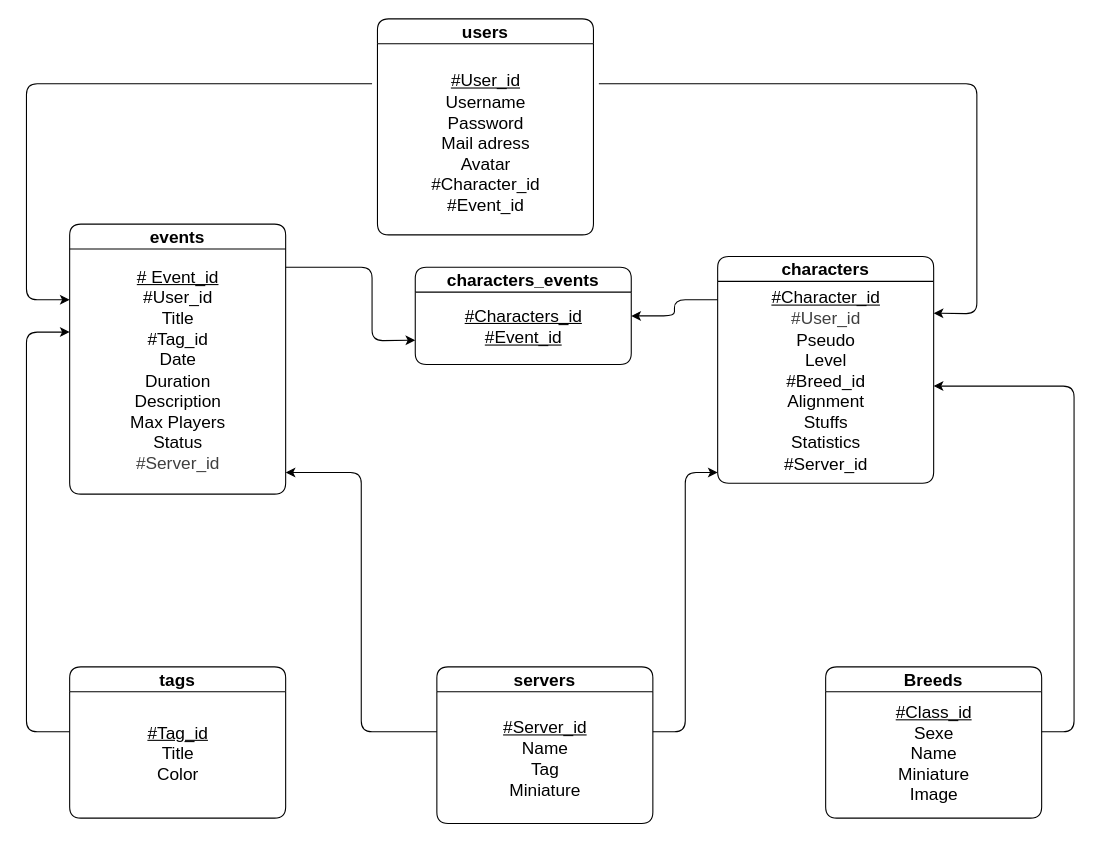
Earlier version of the draw.io diagram docs/database/MLD.drawio (AlexandreDejour/DofusGroup). Source tidied: cells renumbered, new cells numbered last; positions are measured from the earlier drawing's top-left corner, leaving out a move shared by most shapes. Both pictures are drawn from the tidied source at 108%, with x=0, y=0 at pixel (26, 18).
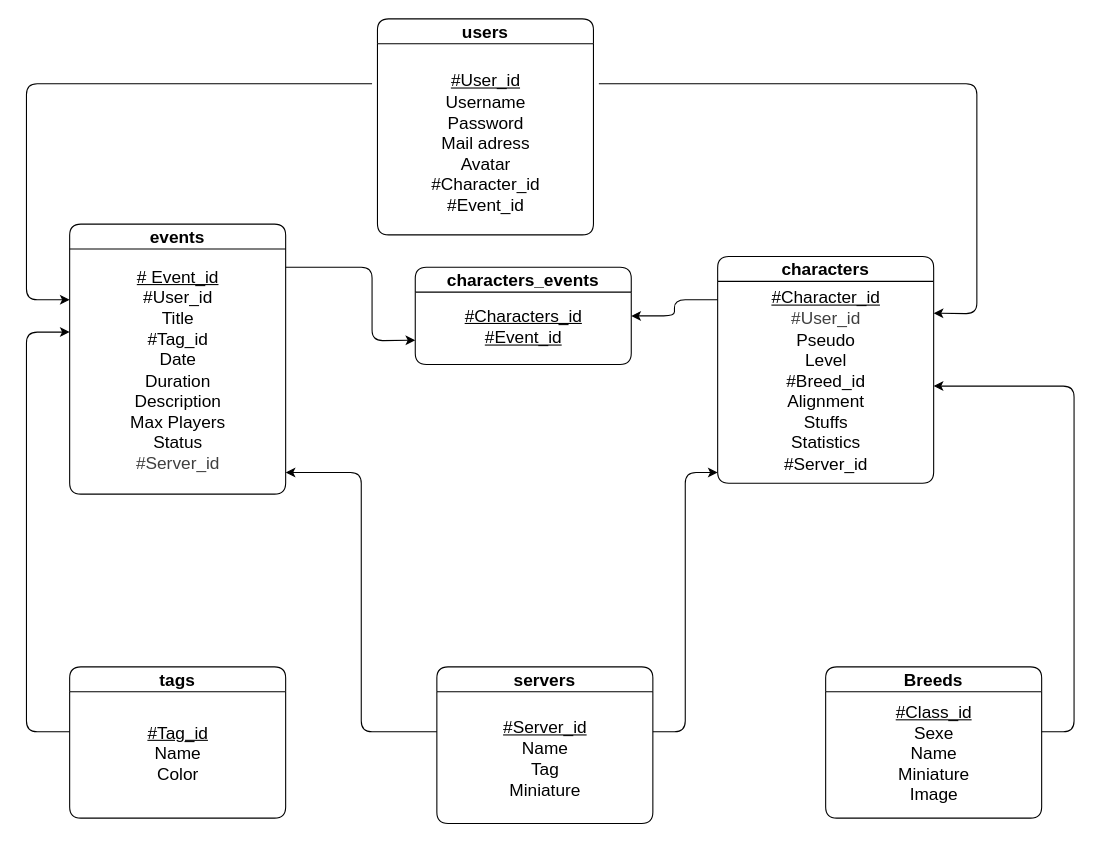
The same diagram, later.

Unchanged cells that the change refers to:
```xml
<mxCell id="14" value="&lt;font style=&quot;font-size: 16px;&quot;&gt;tags&lt;/font&gt;" style="swimlane;whiteSpace=wrap;html=1;rounded=1;" parent="1" vertex="1">
  <mxGeometry x="40" y="600" width="200" height="140" as="geometry" />
</mxCell>
```

What changed in the source:
```diff
@@
-    <mxCell id="15" value="&lt;span style=&quot;font-size: 16px;&quot;&gt;&lt;u&gt;#Tag_id&lt;/u&gt;&lt;/span&gt;&lt;div&gt;&lt;span style=&quot;font-size: 16px;&quot;&gt;Title&lt;/span&gt;&lt;/div&gt;&lt;div&gt;&lt;span style=&quot;font-size: 16px;&quot;&gt;Color&lt;/span&gt;&lt;/div&gt;" style="text;html=1;align=center;verticalAlign=middle;strokeColor=none;fillColor=none;" parent="14" vertex="1">
+    <mxCell id="15" value="&lt;span style=&quot;font-size: 16px;&quot;&gt;&lt;u&gt;#Tag_id&lt;/u&gt;&lt;/span&gt;&lt;div&gt;&lt;span style=&quot;font-size: 16px;&quot;&gt;Name&lt;/span&gt;&lt;/div&gt;&lt;div&gt;&lt;span style=&quot;font-size: 16px;&quot;&gt;Color&lt;/span&gt;&lt;/div&gt;" style="text;html=1;align=center;verticalAlign=middle;strokeColor=none;fillColor=none;" parent="14" vertex="1">
       <mxGeometry x="60" y="45" width="80" height="70" as="geometry" />
     </mxCell>
```
